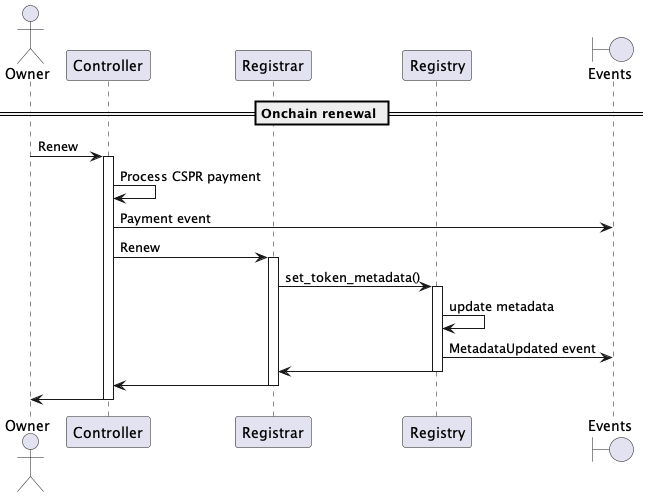
Above: docs/sequence-diagrams/puml/onchain-renewal.png in make-software/cspr-name-contracts (PlantUML), before the change.
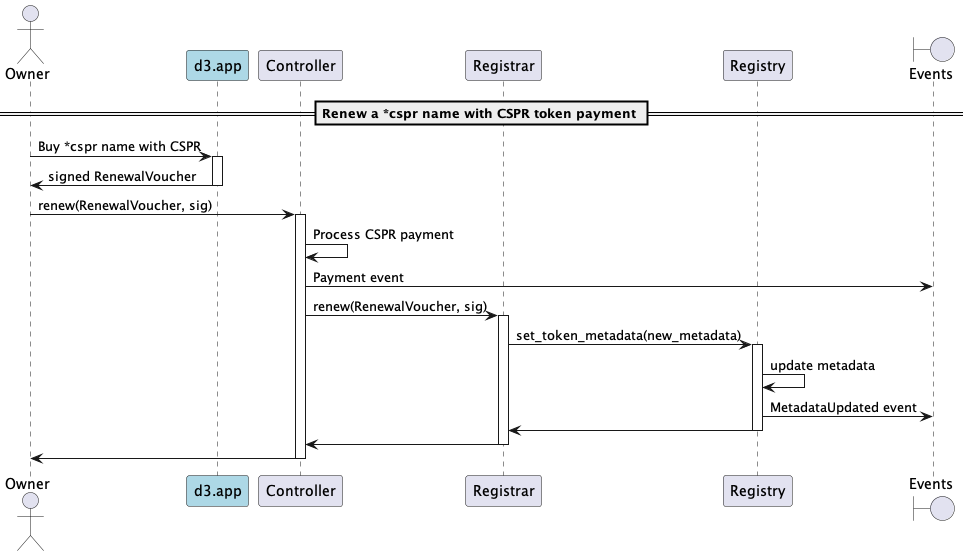
Above is the later version.

What changed in the source:
```diff
@@ -1,20 +1,26 @@
 @startuml
 
 actor Owner
+participant "d3.app" as d3 #lightblue
 participant "Controller"
 participant "Registrar"
 participant "Registry"
 boundary "Events"
 
-== Onchain renewal ==
+== Renew a *cspr name with CSPR token payment ==
 
-Owner -> Controller: Renew
+Owner -> d3: Buy *cspr name with CSPR
+activate d3
+d3 -> Owner: signed RenewalVoucher
+deactivate d3
+
+Owner -> Controller: renew(RenewalVoucher, sig)
 activate Controller
 Controller -> Controller: Process CSPR payment
 Controller -> "Events": Payment event
-Controller -> Registrar: Renew
+Controller -> Registrar: renew(RenewalVoucher, sig)
 activate Registrar
-Registrar -> Registry: set_token_metadata()
+Registrar -> Registry: set_token_metadata(new_metadata)
 activate Registry
 Registry -> Registry: update metadata
 Registry -> "Events": MetadataUpdated event
```
